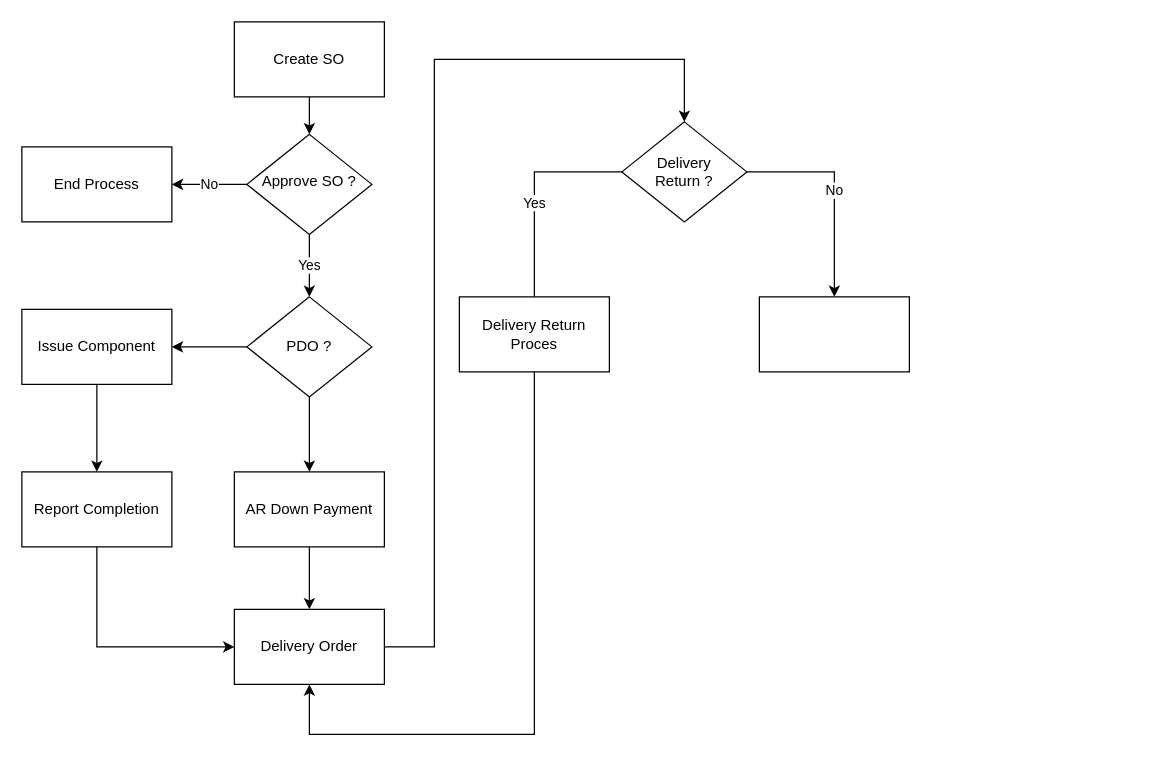
This is Untitled Diagram.drawio from ngulik-bareng/SAP-DiagramFlow, a draw.io file, before an edit. Source tidied: cells renumbered, new cells numbered last; positions are measured from the earlier drawing's top-left corner, leaving out a move shared by most shapes. Both pictures are drawn from the tidied source at 125%, with x=0, y=0 at pixel (21, 21).
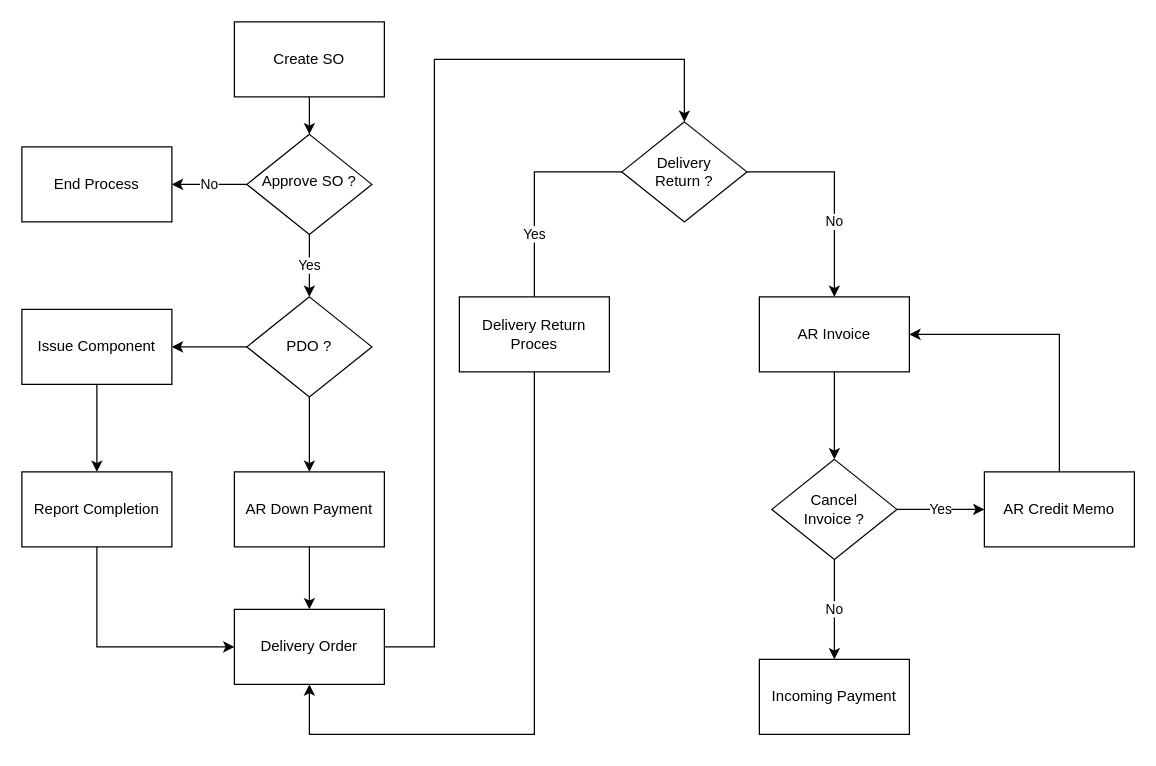
The same page after the edit.

The change refers to these unchanged cells:
```xml
<mxCell id="21" value="Delivery &lt;br&gt;Return ?" style="rhombus;whiteSpace=wrap;html=1;" parent="1" vertex="1">
  <mxGeometry x="480" y="80" width="100" height="80" as="geometry" />
</mxCell>
<mxCell id="23" value="Delivery Return Proces" style="whiteSpace=wrap;html=1;" parent="1" vertex="1">
  <mxGeometry x="350" y="220" width="120" height="60" as="geometry" />
</mxCell>
```

The edit, as a diff of the source:
```diff
@@
     <mxCell id="19" value="Yes" style="edgeStyle=orthogonalEdgeStyle;rounded=0;jettySize=auto;html=1;exitX=0;exitY=0.5;exitDx=0;exitDy=0;entryX=0.5;entryY=0;entryDx=0;entryDy=0;" parent="1" edge="1" source="21" target="23">
-      <mxGeometry relative="1" as="geometry">
+      <mxGeometry x="0.26" relative="1" as="geometry">
         <Array as="points">
           <mxPoint x="410" y="120" />
           <mxPoint x="410" y="230" />
         </Array>
       </mxGeometry>
     </mxCell>
     <mxCell id="20" value="No" style="edgeStyle=orthogonalEdgeStyle;rounded=0;jettySize=auto;html=1;" parent="1" edge="1" source="21" target="24">
-      <mxGeometry relative="1" as="geometry" />
+      <mxGeometry x="0.29" relative="1" as="geometry" />
     </mxCell>
@@
+    <mxCell id="25" style="edgeStyle=orthogonalEdgeStyle;rounded=0;jettySize=auto;html=1;" parent="1" edge="1" source="24" target="28">
+      <mxGeometry relative="1" as="geometry" />
+    </mxCell>
-    <mxCell id="24" style="whiteSpace=wrap;html=1;" parent="1" vertex="1">
+    <mxCell id="24" value="AR Invoice" style="whiteSpace=wrap;html=1;" parent="1" vertex="1">
       <mxGeometry x="590" y="220" width="120" height="60" as="geometry" />
     </mxCell>
+    <mxCell id="26" value="No" style="edgeStyle=orthogonalEdgeStyle;rounded=0;jettySize=auto;html=1;" parent="1" edge="1" source="28" target="29">
+      <mxGeometry relative="1" as="geometry" />
+    </mxCell>
+    <mxCell id="27" value="Yes" style="edgeStyle=orthogonalEdgeStyle;rounded=0;jettySize=auto;html=1;" parent="1" edge="1" source="28" target="31">
+      <mxGeometry relative="1" as="geometry" />
+    </mxCell>
+    <mxCell id="28" value="Cancel &lt;br&gt;Invoice ?" style="rhombus;whiteSpace=wrap;html=1;" parent="1" vertex="1">
+      <mxGeometry x="600" y="350" width="100" height="80" as="geometry" />
+    </mxCell>
+    <mxCell id="29" value="Incoming Payment" style="whiteSpace=wrap;html=1;" parent="1" vertex="1">
+      <mxGeometry x="590" y="510" width="120" height="60" as="geometry" />
+    </mxCell>
+    <mxCell id="30" style="edgeStyle=orthogonalEdgeStyle;rounded=0;jettySize=auto;html=1;entryX=1;entryY=0.5;entryDx=0;entryDy=0;" parent="1" edge="1" source="31" target="24">
+      <mxGeometry relative="1" as="geometry">
+        <Array as="points">
+          <mxPoint x="830" y="250" />
+        </Array>
+      </mxGeometry>
+    </mxCell>
+    <mxCell id="31" value="AR Credit Memo" style="whiteSpace=wrap;html=1;" parent="1" vertex="1">
+      <mxGeometry x="770" y="360" width="120" height="60" as="geometry" />
+    </mxCell>
```
